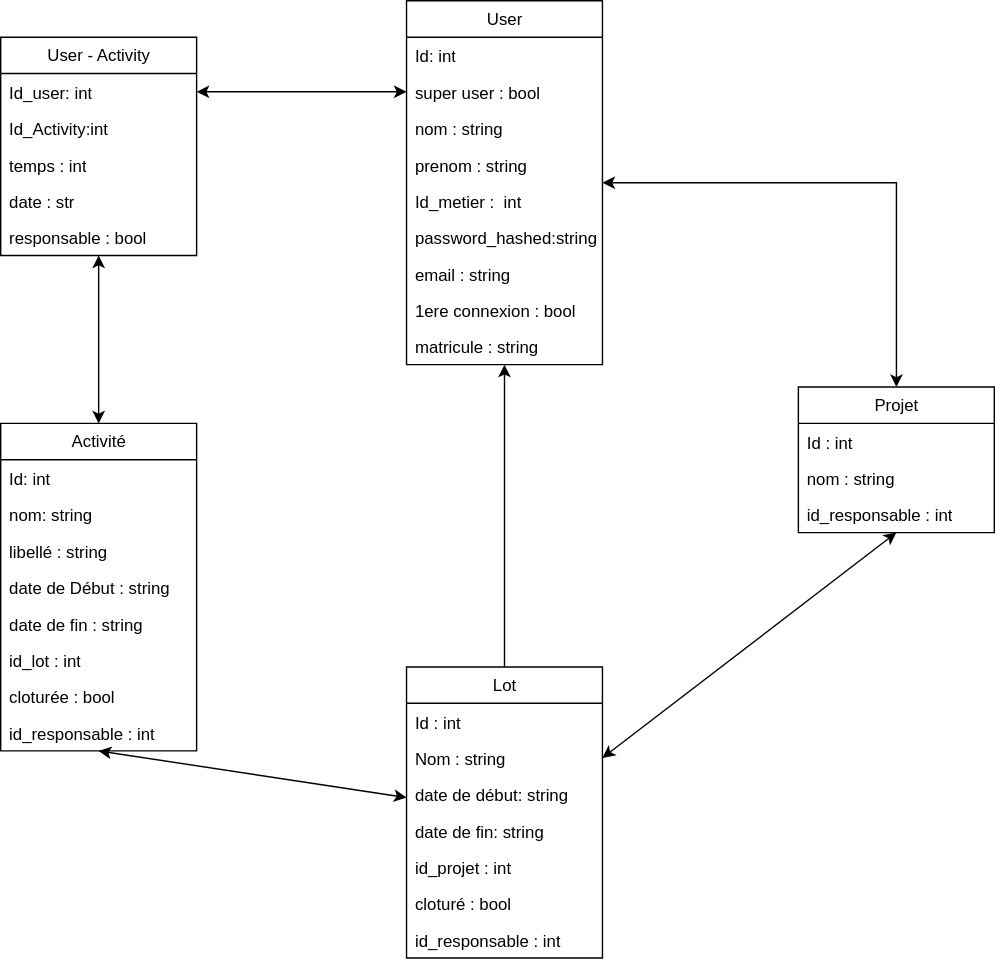
This is BDD/diagramme_BDD.svg from fetohiaras/projet-genilog-is, a draw.io export, as it was before one commit. Source tidied: cells renumbered, new cells last; positions are measured from the earlier drawing's top-left corner, leaving out a move shared by most shapes.
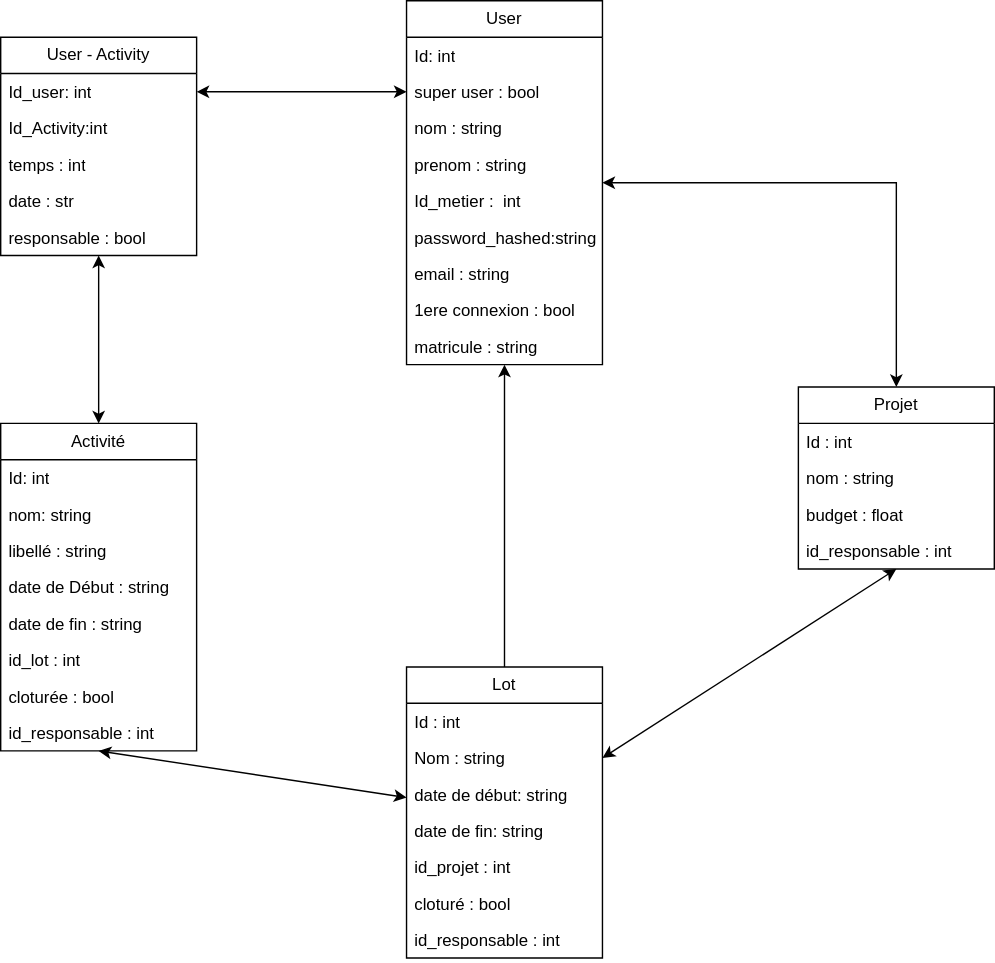
The same diagram one commit later.

The edit, as a diff of the source:
```diff
@@ -1,8 +1,8 @@
 <mxGraphModel>
   <root>
-    <mxCell id="0" />
-    <mxCell id="1" parent="0" />
+    <mxCell id="45" />
+    <mxCell id="46" parent="45" />
-    <mxCell id="2" style="edgeStyle=orthogonalEdgeStyle;rounded=0;jettySize=auto;html=1;startArrow=classic;startFill=1;entryX=1;entryY=0.5;entryDx=0;entryDy=0;" parent="1" edge="1" source="3" target="16">
+    <mxCell id="2" style="edgeStyle=orthogonalEdgeStyle;rounded=0;jettySize=auto;html=1;startArrow=classic;startFill=1;entryX=1;entryY=0.5;entryDx=0;entryDy=0;" parent="46" edge="1" source="3" target="16">
       <mxGeometry relative="1" as="geometry">
         <Array as="points">
           <mxPoint x="240" y="65" />
@@ -10,12 +10,12 @@
         </Array>
       </mxGeometry>
     </mxCell>
-    <mxCell id="3" value="User" style="swimlane;fontStyle=0;horizontal=1;startSize=26;fillColor=none;whiteSpace=wrap;html=1;" parent="1" vertex="1">
+    <mxCell id="3" value="User" style="swimlane;fontStyle=0;horizontal=1;startSize=26;fillColor=none;whiteSpace=wrap;html=1;" parent="46" vertex="1">
       <mxGeometry x="290" width="140" height="260" as="geometry" />
     </mxCell>
-    <mxCell id="4" value="Id: int" style="text;strokeColor=none;fillColor=none;align=left;verticalAlign=top;spacingLeft=4;spacingRight=4;overflow=hidden;whiteSpace=wrap;html=1;" parent="3" vertex="1">
-      <mxGeometry y="26" width="140" height="26" as="geometry" />
-    </mxCell>
+    <mxCell id="47" value="Id: int" style="text;strokeColor=none;fillColor=none;align=left;verticalAlign=top;spacingLeft=4;spacingRight=4;overflow=hidden;whiteSpace=wrap;html=1;" parent="3" vertex="1">
+      <mxGeometry y="26" width="140" height="26" as="geometry" />
+    </mxCell>
     <mxCell id="5" value="super user : bool" style="text;strokeColor=none;fillColor=none;align=left;verticalAlign=top;spacingLeft=4;spacingRight=4;overflow=hidden;whiteSpace=wrap;html=1;" parent="3" vertex="1">
       <mxGeometry y="52" width="140" height="26" as="geometry" />
     </mxCell>
@@ -40,13 +40,13 @@
     <mxCell id="12" value="matricule : string" style="text;strokeColor=none;fillColor=none;align=left;verticalAlign=top;spacingLeft=4;spacingRight=4;overflow=hidden;whiteSpace=wrap;html=1;" parent="3" vertex="1">
       <mxGeometry y="234" width="140" height="26" as="geometry" />
     </mxCell>
-    <mxCell id="13" style="edgeStyle=orthogonalEdgeStyle;rounded=0;jettySize=auto;html=1;startArrow=classic;startFill=1;exitX=1;exitY=0.5;exitDx=0;exitDy=0;" parent="1" edge="1" source="3" target="40">
+    <mxCell id="13" style="edgeStyle=orthogonalEdgeStyle;rounded=0;jettySize=auto;html=1;startArrow=classic;startFill=1;exitX=1;exitY=0.5;exitDx=0;exitDy=0;" parent="46" edge="1" source="3" target="40">
       <mxGeometry relative="1" as="geometry" />
     </mxCell>
-    <mxCell id="14" style="rounded=0;jettySize=auto;html=1;shape=wire;dashed=1;startArrow=classic;startFill=1;" parent="1" edge="1" source="15" target="21">
+    <mxCell id="14" style="rounded=0;jettySize=auto;html=1;shape=wire;dashed=1;startArrow=classic;startFill=1;" parent="46" edge="1" source="15" target="21">
       <mxGeometry relative="1" as="geometry" />
     </mxCell>
-    <mxCell id="15" value="User - Activity" style="swimlane;fontStyle=0;horizontal=1;startSize=26;fillColor=none;whiteSpace=wrap;html=1;" parent="1" vertex="1">
+    <mxCell id="15" value="User - Activity" style="swimlane;fontStyle=0;horizontal=1;startSize=26;fillColor=none;whiteSpace=wrap;html=1;" parent="46" vertex="1">
       <mxGeometry y="26" width="140" height="156" as="geometry" />
     </mxCell>
     <mxCell id="16" value="Id_user: int" style="text;strokeColor=none;fillColor=none;align=left;verticalAlign=top;spacingLeft=4;spacingRight=4;overflow=hidden;points=[[0,0.5],[1,0.5]];portConstraint=eastwest;whiteSpace=wrap;html=1;" parent="15" vertex="1">
@@ -64,12 +64,12 @@
     <mxCell id="20" value="responsable : bool" style="text;strokeColor=none;fillColor=none;align=left;verticalAlign=top;spacingLeft=4;spacingRight=4;overflow=hidden;whiteSpace=wrap;html=1;" parent="15" vertex="1">
       <mxGeometry y="130" width="140" height="26" as="geometry" />
     </mxCell>
-    <mxCell id="21" value="Activité" style="swimlane;fontStyle=0;horizontal=1;startSize=26;fillColor=none;whiteSpace=wrap;html=1;" parent="1" vertex="1">
+    <mxCell id="21" value="Activité" style="swimlane;fontStyle=0;horizontal=1;startSize=26;fillColor=none;whiteSpace=wrap;html=1;" parent="46" vertex="1">
       <mxGeometry y="302" width="140" height="234" as="geometry" />
     </mxCell>
-    <mxCell id="22" value="Id: int" style="text;strokeColor=none;fillColor=none;align=left;verticalAlign=top;spacingLeft=4;spacingRight=4;overflow=hidden;whiteSpace=wrap;html=1;" parent="21" vertex="1">
-      <mxGeometry y="26" width="140" height="26" as="geometry" />
-    </mxCell>
+    <mxCell id="48" value="Id: int" style="text;strokeColor=none;fillColor=none;align=left;verticalAlign=top;spacingLeft=4;spacingRight=4;overflow=hidden;whiteSpace=wrap;html=1;" parent="21" vertex="1">
+      <mxGeometry y="26" width="140" height="26" as="geometry" />
+    </mxCell>
     <mxCell id="23" value="nom: string" style="text;strokeColor=none;fillColor=none;align=left;verticalAlign=top;spacingLeft=4;spacingRight=4;overflow=hidden;whiteSpace=wrap;html=1;" parent="21" vertex="1">
       <mxGeometry y="52" width="140" height="26" as="geometry" />
     </mxCell>
@@ -91,18 +91,18 @@
     <mxCell id="29" value="id_responsable : int" style="text;strokeColor=none;fillColor=none;align=left;verticalAlign=top;spacingLeft=4;spacingRight=4;overflow=hidden;whiteSpace=wrap;html=1;" parent="21" vertex="1">
       <mxGeometry y="208" width="140" height="26" as="geometry" />
     </mxCell>
-    <mxCell id="30" style="rounded=0;jettySize=auto;html=1;startArrow=classic;startFill=1;exitX=0.5;exitY=1;exitDx=0;exitDy=0;" parent="1" edge="1" source="21" target="32">
+    <mxCell id="30" style="rounded=0;jettySize=auto;html=1;startArrow=classic;startFill=1;exitX=0.5;exitY=1;exitDx=0;exitDy=0;" parent="46" edge="1" source="21" target="32">
       <mxGeometry relative="1" as="geometry" />
     </mxCell>
-    <mxCell id="31" style="edgeStyle=orthogonalEdgeStyle;rounded=0;jettySize=auto;html=1;entryX=0.5;entryY=1;entryDx=0;entryDy=0;" parent="1" edge="1" source="32" target="3">
+    <mxCell id="31" style="edgeStyle=orthogonalEdgeStyle;rounded=0;jettySize=auto;html=1;entryX=0.5;entryY=1;entryDx=0;entryDy=0;" parent="46" edge="1" source="32" target="3">
       <mxGeometry relative="1" as="geometry" />
     </mxCell>
-    <mxCell id="32" value="Lot" style="swimlane;fontStyle=0;horizontal=1;startSize=26;fillColor=none;whiteSpace=wrap;html=1;" parent="1" vertex="1">
+    <mxCell id="32" value="Lot" style="swimlane;fontStyle=0;horizontal=1;startSize=26;fillColor=none;whiteSpace=wrap;html=1;" parent="46" vertex="1">
       <mxGeometry x="290" y="476" width="140" height="208" as="geometry" />
     </mxCell>
-    <mxCell id="33" value="Id : int" style="text;strokeColor=none;fillColor=none;align=left;verticalAlign=top;spacingLeft=4;spacingRight=4;overflow=hidden;whiteSpace=wrap;html=1;" parent="32" vertex="1">
-      <mxGeometry y="26" width="140" height="26" as="geometry" />
-    </mxCell>
+    <mxCell id="49" value="Id : int" style="text;strokeColor=none;fillColor=none;align=left;verticalAlign=top;spacingLeft=4;spacingRight=4;overflow=hidden;whiteSpace=wrap;html=1;" parent="32" vertex="1">
+      <mxGeometry y="26" width="140" height="26" as="geometry" />
+    </mxCell>
     <mxCell id="34" value="Nom : string" style="text;strokeColor=none;fillColor=none;align=left;verticalAlign=top;spacingLeft=4;spacingRight=4;overflow=hidden;points=[[0,0.5],[1,0.5]];portConstraint=eastwest;whiteSpace=wrap;html=1;" parent="32" vertex="1">
       <mxGeometry y="52" width="140" height="26" as="geometry" />
     </mxCell>
@@ -121,19 +121,22 @@
     <mxCell id="39" value="id_responsable : int" style="text;strokeColor=none;fillColor=none;align=left;verticalAlign=top;spacingLeft=4;spacingRight=4;overflow=hidden;whiteSpace=wrap;html=1;" parent="32" vertex="1">
       <mxGeometry y="182" width="140" height="26" as="geometry" />
     </mxCell>
-    <mxCell id="40" value="Projet" style="swimlane;fontStyle=0;horizontal=1;startSize=26;fillColor=none;whiteSpace=wrap;html=1;" parent="1" vertex="1">
-      <mxGeometry x="570" y="276" width="140" height="104" as="geometry" />
+    <mxCell id="40" value="Projet" style="swimlane;fontStyle=0;horizontal=1;startSize=26;fillColor=none;whiteSpace=wrap;html=1;" parent="46" vertex="1">
+      <mxGeometry x="570" y="276" width="140" height="130" as="geometry" />
     </mxCell>
-    <mxCell id="41" value="Id : int" style="text;strokeColor=none;fillColor=none;align=left;verticalAlign=top;spacingLeft=4;spacingRight=4;overflow=hidden;whiteSpace=wrap;html=1;" parent="40" vertex="1">
-      <mxGeometry y="26" width="140" height="26" as="geometry" />
-    </mxCell>
+    <mxCell id="50" value="Id : int" style="text;strokeColor=none;fillColor=none;align=left;verticalAlign=top;spacingLeft=4;spacingRight=4;overflow=hidden;whiteSpace=wrap;html=1;" parent="40" vertex="1">
+      <mxGeometry y="26" width="140" height="26" as="geometry" />
+    </mxCell>
     <mxCell id="42" value="nom : string" style="text;strokeColor=none;fillColor=none;align=left;verticalAlign=top;spacingLeft=4;spacingRight=4;overflow=hidden;whiteSpace=wrap;html=1;" parent="40" vertex="1">
       <mxGeometry y="52" width="140" height="26" as="geometry" />
     </mxCell>
+    <mxCell id="51" value="budget : float" style="text;strokeColor=none;fillColor=none;align=left;verticalAlign=top;spacingLeft=4;spacingRight=4;overflow=hidden;whiteSpace=wrap;html=1;" parent="40" vertex="1">
+      <mxGeometry y="78" width="140" height="26" as="geometry" />
+    </mxCell>
     <mxCell id="43" value="id_responsable : int" style="text;strokeColor=none;fillColor=none;align=left;verticalAlign=top;spacingLeft=4;spacingRight=4;overflow=hidden;whiteSpace=wrap;html=1;" parent="40" vertex="1">
-      <mxGeometry y="78" width="140" height="26" as="geometry" />
+      <mxGeometry y="104" width="140" height="26" as="geometry" />
     </mxCell>
-    <mxCell id="44" style="rounded=0;jettySize=auto;html=1;exitX=1;exitY=0.5;exitDx=0;exitDy=0;entryX=0.5;entryY=1;entryDx=0;entryDy=0;startArrow=classic;startFill=1;" parent="1" edge="1" source="34" target="40">
+    <mxCell id="44" style="rounded=0;jettySize=auto;html=1;exitX=1;exitY=0.5;exitDx=0;exitDy=0;entryX=0.5;entryY=1;entryDx=0;entryDy=0;startArrow=classic;startFill=1;" parent="46" edge="1" source="34" target="40">
       <mxGeometry relative="1" as="geometry" />
     </mxCell>
   </root>
```
